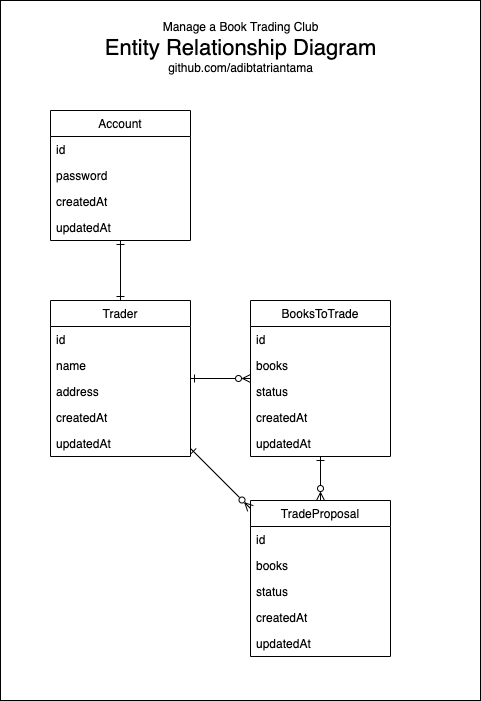
adibtatriantama/BookTrading keeps this draw.io diagram as ERD.png. Above is the earlier version. Source tidied: cells renumbered, new cells last; positions are measured from the earlier drawing's top-left corner, leaving out a move shared by most shapes. Source of this version:
```xml
<mxGraphModel>
  <root>
    <mxCell id="0" />
    <mxCell id="1" parent="0" />
    <mxCell id="2" style="whiteSpace=wrap;html=1;fontSize=12;" parent="1" vertex="1">
      <mxGeometry width="480" height="700" as="geometry" />
    </mxCell>
    <mxCell id="3" style="edgeStyle=none;rounded=0;jettySize=auto;html=1;fontSize=12;startArrow=ERone;startFill=0;endArrow=ERzeroToMany;endFill=0;" parent="1" edge="1" source="5" target="18">
      <mxGeometry relative="1" as="geometry" />
    </mxCell>
    <mxCell id="4" style="edgeStyle=none;rounded=0;jettySize=auto;html=1;fontSize=12;startArrow=ERone;startFill=0;endArrow=ERzeroToMany;endFill=0;" parent="1" edge="1" source="5" target="24">
      <mxGeometry relative="1" as="geometry" />
    </mxCell>
    <mxCell id="5" value="Trader" style="swimlane;fontStyle=0;horizontal=1;startSize=26;fillColor=none;fontSize=12;" parent="1" vertex="1">
      <mxGeometry x="50" y="300" width="140" height="156" as="geometry" />
    </mxCell>
    <mxCell id="6" value="id&#10;" style="text;strokeColor=none;fillColor=none;align=left;verticalAlign=top;spacingLeft=4;spacingRight=4;overflow=hidden;fontSize=12;" parent="5" vertex="1">
      <mxGeometry y="26" width="140" height="26" as="geometry" />
    </mxCell>
    <mxCell id="7" value="name" style="text;strokeColor=none;fillColor=none;align=left;verticalAlign=top;spacingLeft=4;spacingRight=4;overflow=hidden;fontSize=12;" parent="5" vertex="1">
      <mxGeometry y="52" width="140" height="26" as="geometry" />
    </mxCell>
    <mxCell id="8" value="address" style="text;strokeColor=none;fillColor=none;align=left;verticalAlign=top;spacingLeft=4;spacingRight=4;overflow=hidden;fontSize=12;" parent="5" vertex="1">
      <mxGeometry y="78" width="140" height="26" as="geometry" />
    </mxCell>
    <mxCell id="9" value="createdAt" style="text;strokeColor=none;fillColor=none;align=left;verticalAlign=top;spacingLeft=4;spacingRight=4;overflow=hidden;fontSize=12;" parent="5" vertex="1">
      <mxGeometry y="104" width="140" height="26" as="geometry" />
    </mxCell>
    <mxCell id="10" value="updatedAt" style="text;strokeColor=none;fillColor=none;align=left;verticalAlign=top;spacingLeft=4;spacingRight=4;overflow=hidden;fontSize=12;" parent="5" vertex="1">
      <mxGeometry y="130" width="140" height="26" as="geometry" />
    </mxCell>
    <mxCell id="11" style="edgeStyle=none;rounded=0;jettySize=auto;html=1;entryX=0.5;entryY=0;entryDx=0;entryDy=0;fontSize=12;startArrow=ERone;startFill=0;endArrow=ERone;endFill=0;" parent="1" edge="1" source="12" target="5">
      <mxGeometry relative="1" as="geometry" />
    </mxCell>
    <mxCell id="12" value="Account" style="swimlane;fontStyle=0;horizontal=1;startSize=26;fillColor=none;fontSize=12;" parent="1" vertex="1">
      <mxGeometry x="50" y="110" width="140" height="130" as="geometry" />
    </mxCell>
    <mxCell id="13" value="id" style="text;strokeColor=none;fillColor=none;align=left;verticalAlign=top;spacingLeft=4;spacingRight=4;overflow=hidden;fontSize=12;" parent="12" vertex="1">
      <mxGeometry y="26" width="140" height="26" as="geometry" />
    </mxCell>
    <mxCell id="14" value="password" style="text;strokeColor=none;fillColor=none;align=left;verticalAlign=top;spacingLeft=4;spacingRight=4;overflow=hidden;fontSize=12;" parent="12" vertex="1">
      <mxGeometry y="52" width="140" height="26" as="geometry" />
    </mxCell>
    <mxCell id="15" value="createdAt" style="text;strokeColor=none;fillColor=none;align=left;verticalAlign=top;spacingLeft=4;spacingRight=4;overflow=hidden;fontSize=12;" parent="12" vertex="1">
      <mxGeometry y="78" width="140" height="26" as="geometry" />
    </mxCell>
    <mxCell id="16" value="updatedAt" style="text;strokeColor=none;fillColor=none;align=left;verticalAlign=top;spacingLeft=4;spacingRight=4;overflow=hidden;fontSize=12;" parent="12" vertex="1">
      <mxGeometry y="104" width="140" height="26" as="geometry" />
    </mxCell>
    <mxCell id="17" style="edgeStyle=none;rounded=0;jettySize=auto;html=1;fontSize=12;startArrow=ERone;startFill=0;endArrow=ERzeroToMany;endFill=0;" parent="1" edge="1" source="18" target="24">
      <mxGeometry relative="1" as="geometry" />
    </mxCell>
    <mxCell id="18" value="BooksToTrade" style="swimlane;fontStyle=0;horizontal=1;startSize=26;fillColor=none;fontSize=12;" parent="1" vertex="1">
      <mxGeometry x="250" y="300" width="140" height="156" as="geometry" />
    </mxCell>
    <mxCell id="19" value="id&#10;" style="text;strokeColor=none;fillColor=none;align=left;verticalAlign=top;spacingLeft=4;spacingRight=4;overflow=hidden;fontSize=12;" parent="18" vertex="1">
      <mxGeometry y="26" width="140" height="26" as="geometry" />
    </mxCell>
    <mxCell id="20" value="books" style="text;strokeColor=none;fillColor=none;align=left;verticalAlign=top;spacingLeft=4;spacingRight=4;overflow=hidden;fontSize=12;" parent="18" vertex="1">
      <mxGeometry y="52" width="140" height="26" as="geometry" />
    </mxCell>
    <mxCell id="21" value="status" style="text;strokeColor=none;fillColor=none;align=left;verticalAlign=top;spacingLeft=4;spacingRight=4;overflow=hidden;fontSize=12;" parent="18" vertex="1">
      <mxGeometry y="78" width="140" height="26" as="geometry" />
    </mxCell>
    <mxCell id="22" value="createdAt" style="text;strokeColor=none;fillColor=none;align=left;verticalAlign=top;spacingLeft=4;spacingRight=4;overflow=hidden;fontSize=12;" parent="18" vertex="1">
      <mxGeometry y="104" width="140" height="26" as="geometry" />
    </mxCell>
    <mxCell id="23" value="updatedAt" style="text;strokeColor=none;fillColor=none;align=left;verticalAlign=top;spacingLeft=4;spacingRight=4;overflow=hidden;fontSize=12;" parent="18" vertex="1">
      <mxGeometry y="130" width="140" height="26" as="geometry" />
    </mxCell>
    <mxCell id="24" value="TradeProposal" style="swimlane;fontStyle=0;horizontal=1;startSize=26;fillColor=none;fontSize=12;" parent="1" vertex="1">
      <mxGeometry x="250" y="500" width="140" height="156" as="geometry" />
    </mxCell>
    <mxCell id="25" value="id&#10;" style="text;strokeColor=none;fillColor=none;align=left;verticalAlign=top;spacingLeft=4;spacingRight=4;overflow=hidden;fontSize=12;" parent="24" vertex="1">
      <mxGeometry y="26" width="140" height="26" as="geometry" />
    </mxCell>
    <mxCell id="26" value="books" style="text;strokeColor=none;fillColor=none;align=left;verticalAlign=top;spacingLeft=4;spacingRight=4;overflow=hidden;fontSize=12;" parent="24" vertex="1">
      <mxGeometry y="52" width="140" height="26" as="geometry" />
    </mxCell>
    <mxCell id="27" value="status" style="text;strokeColor=none;fillColor=none;align=left;verticalAlign=top;spacingLeft=4;spacingRight=4;overflow=hidden;fontSize=12;" parent="24" vertex="1">
      <mxGeometry y="78" width="140" height="26" as="geometry" />
    </mxCell>
    <mxCell id="28" value="createdAt" style="text;strokeColor=none;fillColor=none;align=left;verticalAlign=top;spacingLeft=4;spacingRight=4;overflow=hidden;fontSize=12;" parent="24" vertex="1">
      <mxGeometry y="104" width="140" height="26" as="geometry" />
    </mxCell>
    <mxCell id="29" value="updatedAt" style="text;strokeColor=none;fillColor=none;align=left;verticalAlign=top;spacingLeft=4;spacingRight=4;overflow=hidden;fontSize=12;" parent="24" vertex="1">
      <mxGeometry y="130" width="140" height="26" as="geometry" />
    </mxCell>
    <mxCell id="30" value="Manage a Book Trading Club&lt;br&gt;&lt;span style=&quot;font-size: 22px&quot;&gt;Entity Relationship Diagram&lt;/span&gt;" style="text;html=1;align=center;verticalAlign=middle;strokeColor=none;fillColor=none;" parent="1" vertex="1">
      <mxGeometry x="95" y="20" width="290" height="40" as="geometry" />
    </mxCell>
    <mxCell id="31" value="&lt;font style=&quot;font-size: 12px&quot;&gt;github.com/adibtatriantama&lt;/font&gt;" style="text;html=1;align=center;verticalAlign=middle;strokeColor=none;fillColor=none;fontSize=22;" parent="1" vertex="1">
      <mxGeometry x="160" y="50" width="160" height="30" as="geometry" />
    </mxCell>
  </root>
</mxGraphModel>
```
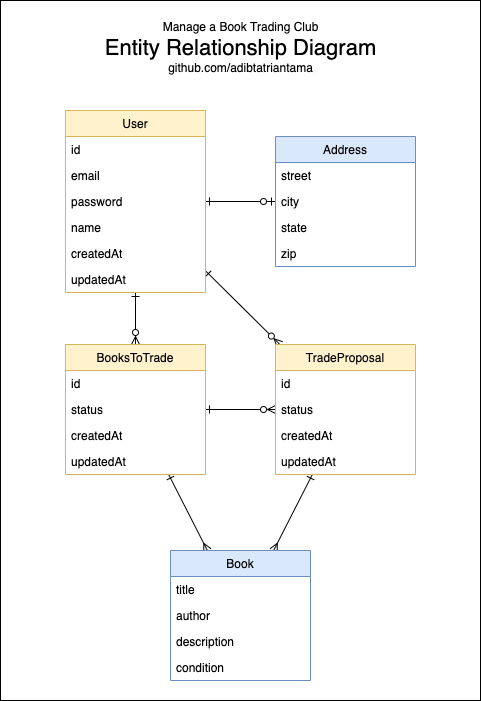
The same diagram one commit later.

Change to the diagram source:
```diff
@@ -5,86 +5,74 @@
     <mxCell id="2" style="whiteSpace=wrap;html=1;fontSize=12;" parent="1" vertex="1">
       <mxGeometry width="480" height="700" as="geometry" />
     </mxCell>
-    <mxCell id="3" style="edgeStyle=none;rounded=0;jettySize=auto;html=1;fontSize=12;startArrow=ERone;startFill=0;endArrow=ERzeroToMany;endFill=0;" parent="1" edge="1" source="5" target="18">
-      <mxGeometry relative="1" as="geometry" />
-    </mxCell>
-    <mxCell id="4" style="edgeStyle=none;rounded=0;jettySize=auto;html=1;fontSize=12;startArrow=ERone;startFill=0;endArrow=ERzeroToMany;endFill=0;" parent="1" edge="1" source="5" target="24">
-      <mxGeometry relative="1" as="geometry" />
-    </mxCell>
-    <mxCell id="5" value="Trader" style="swimlane;fontStyle=0;horizontal=1;startSize=26;fillColor=none;fontSize=12;" parent="1" vertex="1">
-      <mxGeometry x="50" y="300" width="140" height="156" as="geometry" />
-    </mxCell>
-    <mxCell id="6" value="id&#10;" style="text;strokeColor=none;fillColor=none;align=left;verticalAlign=top;spacingLeft=4;spacingRight=4;overflow=hidden;fontSize=12;" parent="5" vertex="1">
-      <mxGeometry y="26" width="140" height="26" as="geometry" />
-    </mxCell>
-    <mxCell id="7" value="name" style="text;strokeColor=none;fillColor=none;align=left;verticalAlign=top;spacingLeft=4;spacingRight=4;overflow=hidden;fontSize=12;" parent="5" vertex="1">
-      <mxGeometry y="52" width="140" height="26" as="geometry" />
-    </mxCell>
-    <mxCell id="8" value="address" style="text;strokeColor=none;fillColor=none;align=left;verticalAlign=top;spacingLeft=4;spacingRight=4;overflow=hidden;fontSize=12;" parent="5" vertex="1">
-      <mxGeometry y="78" width="140" height="26" as="geometry" />
-    </mxCell>
-    <mxCell id="9" value="createdAt" style="text;strokeColor=none;fillColor=none;align=left;verticalAlign=top;spacingLeft=4;spacingRight=4;overflow=hidden;fontSize=12;" parent="5" vertex="1">
-      <mxGeometry y="104" width="140" height="26" as="geometry" />
-    </mxCell>
-    <mxCell id="10" value="updatedAt" style="text;strokeColor=none;fillColor=none;align=left;verticalAlign=top;spacingLeft=4;spacingRight=4;overflow=hidden;fontSize=12;" parent="5" vertex="1">
-      <mxGeometry y="130" width="140" height="26" as="geometry" />
-    </mxCell>
-    <mxCell id="11" style="edgeStyle=none;rounded=0;jettySize=auto;html=1;entryX=0.5;entryY=0;entryDx=0;entryDy=0;fontSize=12;startArrow=ERone;startFill=0;endArrow=ERone;endFill=0;" parent="1" edge="1" source="12" target="5">
-      <mxGeometry relative="1" as="geometry" />
-    </mxCell>
+    <mxCell id="32" style="edgeStyle=none;rounded=0;jettySize=auto;html=1;fontSize=12;startArrow=ERone;startFill=0;endArrow=ERzeroToOne;endFill=0;" parent="1" edge="1" source="12" target="38">
+      <mxGeometry relative="1" as="geometry" />
+    </mxCell>
+    <mxCell id="33" style="edgeStyle=none;rounded=0;jettySize=auto;html=1;entryX=0.5;entryY=0;entryDx=0;entryDy=0;fontSize=12;startArrow=ERone;startFill=0;endArrow=ERzeroToMany;endFill=0;" parent="1" edge="1" source="12" target="18">
+      <mxGeometry relative="1" as="geometry" />
+    </mxCell>
+    <mxCell id="34" style="edgeStyle=none;rounded=0;jettySize=auto;html=1;fontSize=12;startArrow=ERone;startFill=0;endArrow=ERzeroToMany;endFill=0;" parent="1" edge="1" source="12" target="24">
+      <mxGeometry relative="1" as="geometry" />
+    </mxCell>
-    <mxCell id="12" value="Account" style="swimlane;fontStyle=0;horizontal=1;startSize=26;fillColor=none;fontSize=12;" parent="1" vertex="1">
-      <mxGeometry x="50" y="110" width="140" height="130" as="geometry" />
+    <mxCell id="12" value="User" style="swimlane;fontStyle=0;horizontal=1;startSize=26;fillColor=#fff2cc;fontSize=12;strokeColor=#d6b656;" parent="1" vertex="1">
+      <mxGeometry x="65" y="110" width="140" height="182" as="geometry" />
     </mxCell>
     <mxCell id="13" value="id" style="text;strokeColor=none;fillColor=none;align=left;verticalAlign=top;spacingLeft=4;spacingRight=4;overflow=hidden;fontSize=12;" parent="12" vertex="1">
       <mxGeometry y="26" width="140" height="26" as="geometry" />
     </mxCell>
+    <mxCell id="35" value="email" style="text;strokeColor=none;fillColor=none;align=left;verticalAlign=top;spacingLeft=4;spacingRight=4;overflow=hidden;fontSize=12;" parent="12" vertex="1">
+      <mxGeometry y="52" width="140" height="26" as="geometry" />
+    </mxCell>
     <mxCell id="14" value="password" style="text;strokeColor=none;fillColor=none;align=left;verticalAlign=top;spacingLeft=4;spacingRight=4;overflow=hidden;fontSize=12;" parent="12" vertex="1">
-      <mxGeometry y="52" width="140" height="26" as="geometry" />
+      <mxGeometry y="78" width="140" height="26" as="geometry" />
     </mxCell>
+    <mxCell id="7" value="name" style="text;strokeColor=none;fillColor=none;align=left;verticalAlign=top;spacingLeft=4;spacingRight=4;overflow=hidden;fontSize=12;" parent="12" vertex="1">
+      <mxGeometry y="104" width="140" height="26" as="geometry" />
+    </mxCell>
     <mxCell id="15" value="createdAt" style="text;strokeColor=none;fillColor=none;align=left;verticalAlign=top;spacingLeft=4;spacingRight=4;overflow=hidden;fontSize=12;" parent="12" vertex="1">
-      <mxGeometry y="78" width="140" height="26" as="geometry" />
+      <mxGeometry y="130" width="140" height="26" as="geometry" />
     </mxCell>
     <mxCell id="16" value="updatedAt" style="text;strokeColor=none;fillColor=none;align=left;verticalAlign=top;spacingLeft=4;spacingRight=4;overflow=hidden;fontSize=12;" parent="12" vertex="1">
-      <mxGeometry y="104" width="140" height="26" as="geometry" />
+      <mxGeometry y="156" width="140" height="26" as="geometry" />
     </mxCell>
     <mxCell id="17" style="edgeStyle=none;rounded=0;jettySize=auto;html=1;fontSize=12;startArrow=ERone;startFill=0;endArrow=ERzeroToMany;endFill=0;" parent="1" edge="1" source="18" target="24">
       <mxGeometry relative="1" as="geometry" />
     </mxCell>
+    <mxCell id="36" style="edgeStyle=none;rounded=0;jettySize=auto;html=1;fontSize=12;startArrow=ERone;startFill=0;endArrow=ERmany;endFill=0;" parent="1" edge="1" source="18" target="43">
+      <mxGeometry relative="1" as="geometry" />
+    </mxCell>
-    <mxCell id="18" value="BooksToTrade" style="swimlane;fontStyle=0;horizontal=1;startSize=26;fillColor=none;fontSize=12;" parent="1" vertex="1">
-      <mxGeometry x="250" y="300" width="140" height="156" as="geometry" />
+    <mxCell id="18" value="BooksToTrade" style="swimlane;fontStyle=0;horizontal=1;startSize=26;fillColor=#fff2cc;fontSize=12;strokeColor=#d6b656;" parent="1" vertex="1">
+      <mxGeometry x="65" y="344" width="140" height="130" as="geometry" />
     </mxCell>
     <mxCell id="19" value="id&#10;" style="text;strokeColor=none;fillColor=none;align=left;verticalAlign=top;spacingLeft=4;spacingRight=4;overflow=hidden;fontSize=12;" parent="18" vertex="1">
       <mxGeometry y="26" width="140" height="26" as="geometry" />
     </mxCell>
-    <mxCell id="20" value="books" style="text;strokeColor=none;fillColor=none;align=left;verticalAlign=top;spacingLeft=4;spacingRight=4;overflow=hidden;fontSize=12;" parent="18" vertex="1">
-      <mxGeometry y="52" width="140" height="26" as="geometry" />
-    </mxCell>
     <mxCell id="21" value="status" style="text;strokeColor=none;fillColor=none;align=left;verticalAlign=top;spacingLeft=4;spacingRight=4;overflow=hidden;fontSize=12;" parent="18" vertex="1">
-      <mxGeometry y="78" width="140" height="26" as="geometry" />
+      <mxGeometry y="52" width="140" height="26" as="geometry" />
     </mxCell>
     <mxCell id="22" value="createdAt" style="text;strokeColor=none;fillColor=none;align=left;verticalAlign=top;spacingLeft=4;spacingRight=4;overflow=hidden;fontSize=12;" parent="18" vertex="1">
-      <mxGeometry y="104" width="140" height="26" as="geometry" />
+      <mxGeometry y="78" width="140" height="26" as="geometry" />
     </mxCell>
     <mxCell id="23" value="updatedAt" style="text;strokeColor=none;fillColor=none;align=left;verticalAlign=top;spacingLeft=4;spacingRight=4;overflow=hidden;fontSize=12;" parent="18" vertex="1">
-      <mxGeometry y="130" width="140" height="26" as="geometry" />
+      <mxGeometry y="104" width="140" height="26" as="geometry" />
     </mxCell>
+    <mxCell id="37" style="edgeStyle=none;rounded=0;jettySize=auto;html=1;fontSize=12;startArrow=ERone;startFill=0;endArrow=ERmany;endFill=0;" parent="1" edge="1" source="24" target="43">
+      <mxGeometry relative="1" as="geometry" />
+    </mxCell>
-    <mxCell id="24" value="TradeProposal" style="swimlane;fontStyle=0;horizontal=1;startSize=26;fillColor=none;fontSize=12;" parent="1" vertex="1">
-      <mxGeometry x="250" y="500" width="140" height="156" as="geometry" />
+    <mxCell id="24" value="TradeProposal" style="swimlane;fontStyle=0;horizontal=1;startSize=26;fillColor=#fff2cc;fontSize=12;strokeColor=#d6b656;" parent="1" vertex="1">
+      <mxGeometry x="275" y="344" width="140" height="130" as="geometry" />
     </mxCell>
     <mxCell id="25" value="id&#10;" style="text;strokeColor=none;fillColor=none;align=left;verticalAlign=top;spacingLeft=4;spacingRight=4;overflow=hidden;fontSize=12;" parent="24" vertex="1">
       <mxGeometry y="26" width="140" height="26" as="geometry" />
     </mxCell>
-    <mxCell id="26" value="books" style="text;strokeColor=none;fillColor=none;align=left;verticalAlign=top;spacingLeft=4;spacingRight=4;overflow=hidden;fontSize=12;" parent="24" vertex="1">
-      <mxGeometry y="52" width="140" height="26" as="geometry" />
-    </mxCell>
     <mxCell id="27" value="status" style="text;strokeColor=none;fillColor=none;align=left;verticalAlign=top;spacingLeft=4;spacingRight=4;overflow=hidden;fontSize=12;" parent="24" vertex="1">
-      <mxGeometry y="78" width="140" height="26" as="geometry" />
+      <mxGeometry y="52" width="140" height="26" as="geometry" />
     </mxCell>
     <mxCell id="28" value="createdAt" style="text;strokeColor=none;fillColor=none;align=left;verticalAlign=top;spacingLeft=4;spacingRight=4;overflow=hidden;fontSize=12;" parent="24" vertex="1">
-      <mxGeometry y="104" width="140" height="26" as="geometry" />
+      <mxGeometry y="78" width="140" height="26" as="geometry" />
     </mxCell>
     <mxCell id="29" value="updatedAt" style="text;strokeColor=none;fillColor=none;align=left;verticalAlign=top;spacingLeft=4;spacingRight=4;overflow=hidden;fontSize=12;" parent="24" vertex="1">
-      <mxGeometry y="130" width="140" height="26" as="geometry" />
+      <mxGeometry y="104" width="140" height="26" as="geometry" />
     </mxCell>
     <mxCell id="30" value="Manage a Book Trading Club&lt;br&gt;&lt;span style=&quot;font-size: 22px&quot;&gt;Entity Relationship Diagram&lt;/span&gt;" style="text;html=1;align=center;verticalAlign=middle;strokeColor=none;fillColor=none;" parent="1" vertex="1">
       <mxGeometry x="95" y="20" width="290" height="40" as="geometry" />
@@ -92,5 +80,35 @@
     <mxCell id="31" value="&lt;font style=&quot;font-size: 12px&quot;&gt;github.com/adibtatriantama&lt;/font&gt;" style="text;html=1;align=center;verticalAlign=middle;strokeColor=none;fillColor=none;fontSize=22;" parent="1" vertex="1">
       <mxGeometry x="160" y="50" width="160" height="30" as="geometry" />
     </mxCell>
+    <mxCell id="38" value="Address" style="swimlane;fontStyle=0;horizontal=1;startSize=26;fillColor=#dae8fc;fontSize=12;strokeColor=#6c8ebf;" parent="1" vertex="1">
+      <mxGeometry x="275" y="136" width="140" height="130" as="geometry" />
+    </mxCell>
+    <mxCell id="39" value="street" style="text;strokeColor=none;fillColor=none;align=left;verticalAlign=top;spacingLeft=4;spacingRight=4;overflow=hidden;fontSize=12;" parent="38" vertex="1">
+      <mxGeometry y="26" width="140" height="26" as="geometry" />
+    </mxCell>
+    <mxCell id="40" value="city" style="text;strokeColor=none;fillColor=none;align=left;verticalAlign=top;spacingLeft=4;spacingRight=4;overflow=hidden;fontSize=12;" parent="38" vertex="1">
+      <mxGeometry y="52" width="140" height="26" as="geometry" />
+    </mxCell>
+    <mxCell id="41" value="state" style="text;strokeColor=none;fillColor=none;align=left;verticalAlign=top;spacingLeft=4;spacingRight=4;overflow=hidden;fontSize=12;" parent="38" vertex="1">
+      <mxGeometry y="78" width="140" height="26" as="geometry" />
+    </mxCell>
+    <mxCell id="42" value="zip" style="text;strokeColor=none;fillColor=none;align=left;verticalAlign=top;spacingLeft=4;spacingRight=4;overflow=hidden;fontSize=12;" parent="38" vertex="1">
+      <mxGeometry y="104" width="140" height="26" as="geometry" />
+    </mxCell>
+    <mxCell id="43" value="Book" style="swimlane;fontStyle=0;horizontal=1;startSize=26;fillColor=#dae8fc;fontSize=12;strokeColor=#6c8ebf;" parent="1" vertex="1">
+      <mxGeometry x="170" y="550" width="140" height="130" as="geometry" />
+    </mxCell>
+    <mxCell id="44" value="title" style="text;strokeColor=none;fillColor=none;align=left;verticalAlign=top;spacingLeft=4;spacingRight=4;overflow=hidden;fontSize=12;" parent="43" vertex="1">
+      <mxGeometry y="26" width="140" height="26" as="geometry" />
+    </mxCell>
+    <mxCell id="45" value="author" style="text;strokeColor=none;fillColor=none;align=left;verticalAlign=top;spacingLeft=4;spacingRight=4;overflow=hidden;fontSize=12;" parent="43" vertex="1">
+      <mxGeometry y="52" width="140" height="26" as="geometry" />
+    </mxCell>
+    <mxCell id="46" value="description" style="text;strokeColor=none;fillColor=none;align=left;verticalAlign=top;spacingLeft=4;spacingRight=4;overflow=hidden;fontSize=12;" parent="43" vertex="1">
+      <mxGeometry y="78" width="140" height="26" as="geometry" />
+    </mxCell>
+    <mxCell id="47" value="condition" style="text;strokeColor=none;fillColor=none;align=left;verticalAlign=top;spacingLeft=4;spacingRight=4;overflow=hidden;fontSize=12;" parent="43" vertex="1">
+      <mxGeometry y="104" width="140" height="26" as="geometry" />
+    </mxCell>
   </root>
 </mxGraphModel>
```
